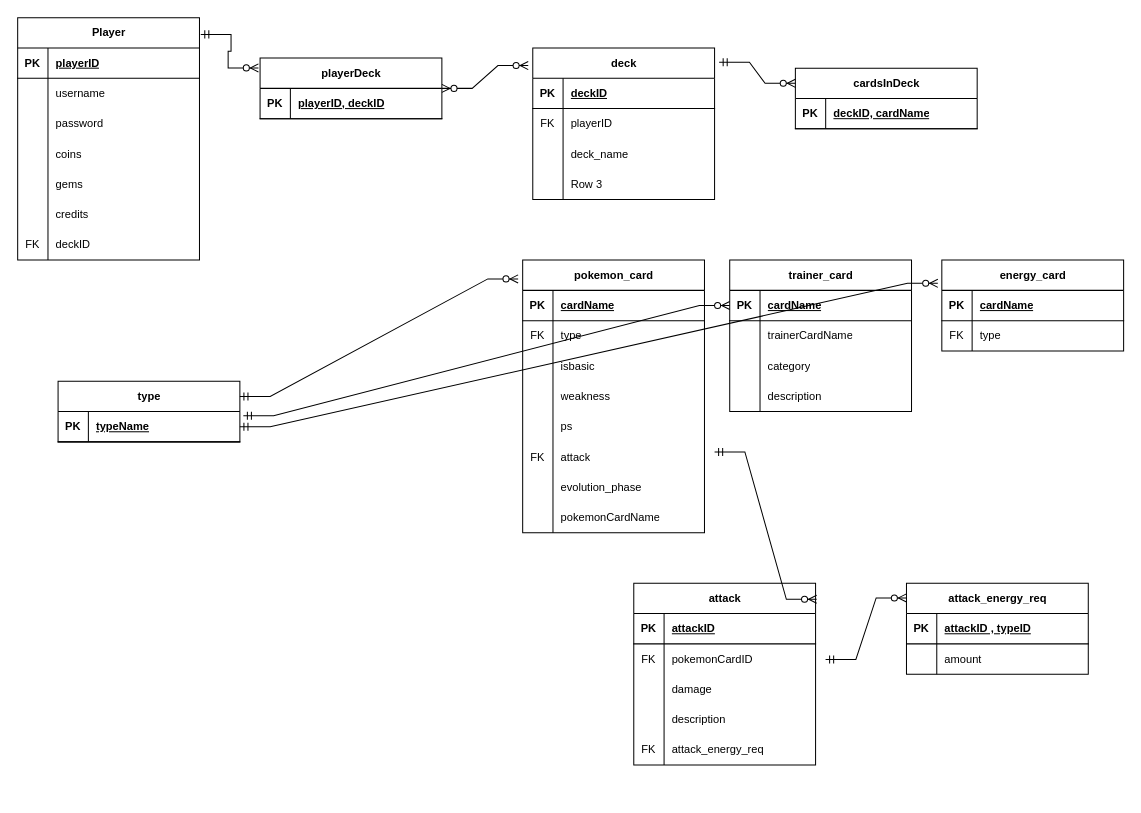
Earlier version of the draw.io diagram basedatos/Untitled Diagram.drawio (sofia-lpz/a01028251_TC2005B). Source tidied: cells renumbered, new cells numbered last; positions are measured from the earlier drawing's top-left corner, leaving out a move shared by most shapes. Both pictures are drawn from the tidied source at 101%, with x=0, y=0 at pixel (17, 17).
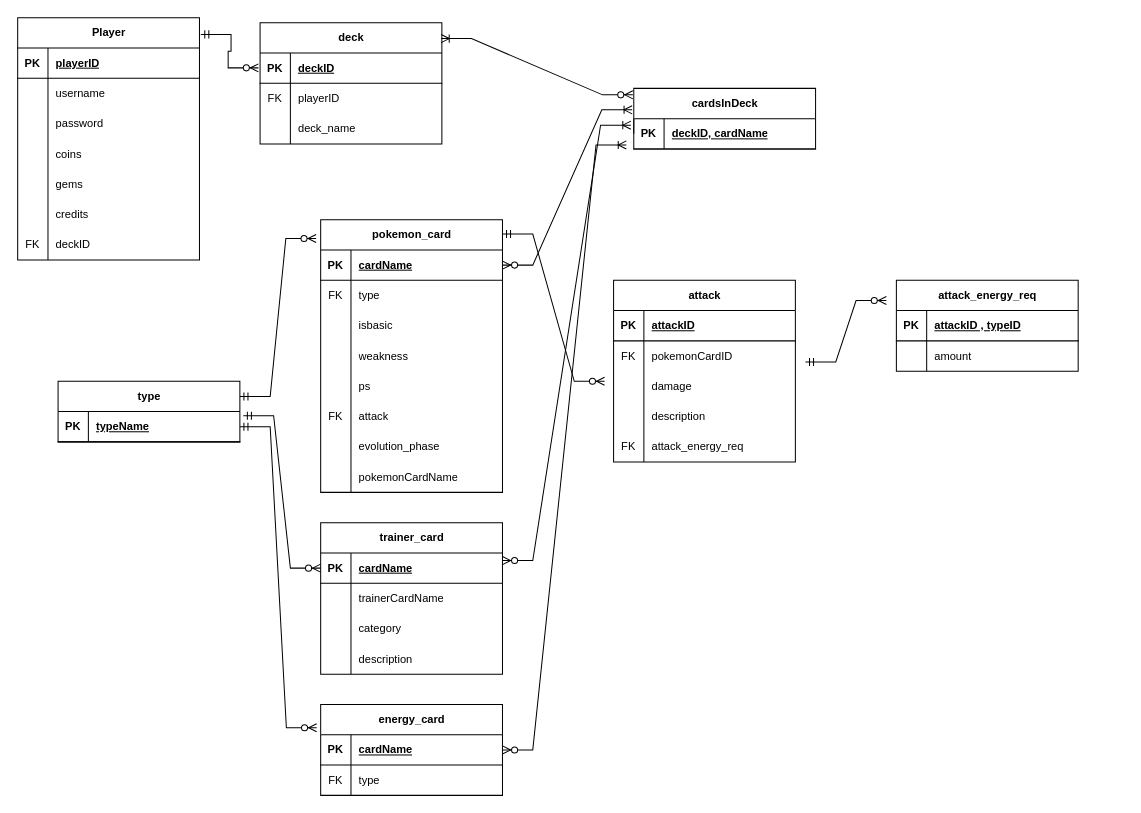
The same page after the edit.

The change refers to these unchanged cells:
```xml
<mxCell id="2" value="Player" style="shape=table;startSize=30;childLayout=tableLayout;rowLines=0;fontStyle=1;align=center;html=1;fontFamily=Helvetica;fontSize=11;fontColor=default;labelBackgroundColor=default;" parent="1" vertex="1">
  <mxGeometry width="180" height="240" as="geometry" />
</mxCell>
<mxCell id="65" style="shape=tableRow;horizontal=0;startSize=0;swimlaneHead=0;swimlaneBody=0;fillColor=none;points=[[0,0.5],[1,0.5]];portConstraint=eastwest;top=0;left=0;right=0;bottom=1;fontFamily=Helvetica;fontSize=11;fontColor=default;labelBackgroundColor=default;" parent="64" vertex="1">
  <mxGeometry y="30" width="180" height="30" as="geometry" />
</mxCell>
<mxCell id="73" style="shape=tableRow;horizontal=0;startSize=0;swimlaneHead=0;swimlaneBody=0;fillColor=none;points=[[0,0.5],[1,0.5]];portConstraint=eastwest;top=0;left=0;right=0;bottom=1;fontFamily=Helvetica;fontSize=11;fontColor=default;labelBackgroundColor=default;" parent="72" vertex="1">
  <mxGeometry y="30" width="180" height="30" as="geometry" />
</mxCell>
<mxCell id="111" style="shape=tableRow;horizontal=0;startSize=0;swimlaneHead=0;swimlaneBody=0;fillColor=none;points=[[0,0.5],[1,0.5]];portConstraint=eastwest;top=0;left=0;right=0;bottom=1;fontFamily=Helvetica;fontSize=11;fontColor=default;labelBackgroundColor=default;" parent="110" vertex="1">
  <mxGeometry y="30" width="180" height="30" as="geometry" />
</mxCell>
```

Change to the diagram source:
```diff
@@
+    <mxCell id="125" style="edgeStyle=none;rounded=0;jettySize=auto;html=1;exitX=0;exitY=0.5;exitDx=0;exitDy=0;entryX=0;entryY=0.5;entryDx=0;entryDy=0;strokeColor=default;align=center;verticalAlign=middle;fontFamily=Helvetica;fontSize=11;fontColor=default;labelBackgroundColor=default;endArrow=none;endFill=0;" parent="1" edge="1" source="65" target="64">
+      <mxGeometry relative="1" as="geometry" />
+    </mxCell>
@@
     <mxCell id="24" value="deck" style="shape=table;startSize=30;childLayout=tableLayout;rowLines=0;fontStyle=1;align=center;html=1;fontFamily=Helvetica;fontSize=11;fontColor=default;labelBackgroundColor=default;" parent="1" vertex="1">
-      <mxGeometry x="510" y="30" width="180" height="150" as="geometry" />
+      <mxGeometry x="240" y="5" width="180" height="120" as="geometry" />
     </mxCell>
@@
-    <mxCell id="34" style="shape=tableRow;horizontal=0;startSize=0;swimlaneHead=0;swimlaneBody=0;fillColor=none;top=0;left=0;right=0;bottom=0;fontFamily=Helvetica;fontSize=11;fontColor=default;labelBackgroundColor=default;" parent="24" vertex="1">
-      <mxGeometry y="120" width="180" height="30" as="geometry" />
-    </mxCell>
-    <mxCell id="35" style="shape=partialRectangle;fillColor=none;top=0;left=0;bottom=0;right=0;overflow=hidden;whiteSpace=wrap;html=1;fontFamily=Helvetica;fontSize=11;fontColor=default;labelBackgroundColor=default;" parent="34" vertex="1">
-      <mxGeometry width="30" height="30" as="geometry" />
-    </mxCell>
-    <mxCell id="36" value="Row 3" style="shape=partialRectangle;fillColor=none;top=0;left=0;bottom=0;right=0;align=left;spacingLeft=6;overflow=hidden;whiteSpace=wrap;html=1;fontFamily=Helvetica;fontSize=11;fontColor=default;labelBackgroundColor=default;" parent="34" vertex="1">
-      <mxGeometry x="30" width="150" height="30" as="geometry" />
-    </mxCell>
@@
     <mxCell id="41" value="attack" style="shape=table;startSize=30;childLayout=tableLayout;rowLines=0;fontStyle=1;align=center;html=1;fontFamily=Helvetica;fontSize=11;fontColor=default;labelBackgroundColor=default;" parent="1" vertex="1">
-      <mxGeometry x="610" y="560" width="180" height="180" as="geometry" />
+      <mxGeometry x="590" y="260" width="180" height="180" as="geometry" />
     </mxCell>
@@
     <mxCell id="57" value="attack_energy_req" style="shape=table;startSize=30;childLayout=tableLayout;rowLines=0;fontStyle=1;align=center;html=1;fontFamily=Helvetica;fontSize=11;fontColor=default;labelBackgroundColor=default;" parent="1" vertex="1">
-      <mxGeometry x="880" y="560" width="180" height="90" as="geometry" />
+      <mxGeometry x="870" y="260" width="180" height="90" as="geometry" />
     </mxCell>
@@
     <mxCell id="64" value="cardsInDeck" style="shape=table;startSize=30;childLayout=tableLayout;rowLines=0;fontStyle=1;align=center;html=1;fontFamily=Helvetica;fontSize=11;fontColor=default;labelBackgroundColor=default;" parent="1" vertex="1">
-      <mxGeometry x="770" y="50" width="180" height="60" as="geometry" />
+      <mxGeometry x="610" y="70" width="180" height="60" as="geometry" />
     </mxCell>
@@
-    <mxCell id="68" value="playerDeck" style="shape=table;startSize=30;childLayout=tableLayout;rowLines=0;fontStyle=1;align=center;html=1;fontFamily=Helvetica;fontSize=11;fontColor=default;labelBackgroundColor=default;" parent="1" vertex="1">
-      <mxGeometry x="240" y="40" width="180" height="60" as="geometry" />
-    </mxCell>
-    <mxCell id="69" style="shape=tableRow;horizontal=0;startSize=0;swimlaneHead=0;swimlaneBody=0;fillColor=none;top=0;left=0;right=0;bottom=1;fontFamily=Helvetica;fontSize=11;fontColor=default;labelBackgroundColor=default;" parent="68" vertex="1">
-      <mxGeometry y="30" width="180" height="30" as="geometry" />
-    </mxCell>
-    <mxCell id="70" value="PK" style="shape=partialRectangle;fillColor=none;top=0;left=0;bottom=0;right=0;fontStyle=1;overflow=hidden;whiteSpace=wrap;html=1;fontFamily=Helvetica;fontSize=11;fontColor=default;labelBackgroundColor=default;" parent="69" vertex="1">
-      <mxGeometry width="30" height="30" as="geometry" />
-    </mxCell>
-    <mxCell id="71" value="playerID, deckID" style="shape=partialRectangle;fillColor=none;top=0;left=0;bottom=0;right=0;align=left;spacingLeft=6;fontStyle=5;overflow=hidden;whiteSpace=wrap;html=1;fontFamily=Helvetica;fontSize=11;fontColor=default;labelBackgroundColor=default;" parent="69" vertex="1">
-      <mxGeometry x="30" width="150" height="30" as="geometry" />
-    </mxCell>
     <mxCell id="72" value="pokemon_card" style="shape=table;startSize=30;childLayout=tableLayout;rowLines=0;fontStyle=1;align=center;html=1;fontFamily=Helvetica;fontSize=11;fontColor=default;labelBackgroundColor=default;" parent="1" vertex="1">
-      <mxGeometry x="500" y="240" width="180" height="270" as="geometry" />
+      <mxGeometry x="300" y="200" width="180" height="270" as="geometry" />
     </mxCell>
@@
     <mxCell id="97" value="trainer_card" style="shape=table;startSize=30;childLayout=tableLayout;rowLines=0;fontStyle=1;align=center;html=1;fontFamily=Helvetica;fontSize=11;fontColor=default;labelBackgroundColor=default;" parent="1" vertex="1">
-      <mxGeometry x="705" y="240" width="180" height="150" as="geometry" />
+      <mxGeometry x="300" y="500" width="180" height="150" as="geometry" />
     </mxCell>
@@
     <mxCell id="110" value="energy_card" style="shape=table;startSize=30;childLayout=tableLayout;rowLines=0;fontStyle=1;align=center;html=1;fontFamily=Helvetica;fontSize=11;fontColor=default;labelBackgroundColor=default;" parent="1" vertex="1">
-      <mxGeometry x="915" y="240" width="180" height="90" as="geometry" />
+      <mxGeometry x="300" y="680" width="180" height="90" as="geometry" />
     </mxCell>
@@
-    <mxCell id="117" style="edgeStyle=entityRelationEdgeStyle;fontSize=12;html=1;endArrow=ERzeroToMany;startArrow=ERmandOne;rounded=0;strokeColor=default;align=center;verticalAlign=middle;fontFamily=Helvetica;fontColor=default;labelBackgroundColor=default;exitX=1.007;exitY=0.069;exitDx=0;exitDy=0;exitPerimeter=0;entryX=-0.009;entryY=0.162;entryDx=0;entryDy=0;entryPerimeter=0;" parent="1" edge="1" source="2" target="68">
-      <mxGeometry relative="1" as="geometry" />
+    <mxCell id="117" style="edgeStyle=entityRelationEdgeStyle;fontSize=12;html=1;endArrow=ERzeroToMany;startArrow=ERmandOne;rounded=0;strokeColor=default;align=center;verticalAlign=middle;fontFamily=Helvetica;fontColor=default;labelBackgroundColor=default;exitX=1.007;exitY=0.069;exitDx=0;exitDy=0;exitPerimeter=0;entryX=-0.009;entryY=0.162;entryDx=0;entryDy=0;entryPerimeter=0;" parent="1" edge="1" source="2">
+      <mxGeometry relative="1" as="geometry">
+        <mxPoint x="238.4" y="49.7" as="targetPoint" />
+      </mxGeometry>
     </mxCell>
@@
-    <mxCell id="121" style="edgeStyle=entityRelationEdgeStyle;fontSize=12;html=1;endArrow=ERzeroToMany;startArrow=ERmandOne;rounded=0;strokeColor=default;align=center;verticalAlign=middle;fontFamily=Helvetica;fontColor=default;labelBackgroundColor=default;entryX=0;entryY=0.25;entryDx=0;entryDy=0;exitX=1.025;exitY=0.094;exitDx=0;exitDy=0;exitPerimeter=0;" parent="1" edge="1" source="24" target="64">
-      <mxGeometry relative="1" as="geometry" />
-    </mxCell>
-    <mxCell id="122" style="edgeStyle=entityRelationEdgeStyle;fontSize=12;html=1;endArrow=ERzeroToMany;endFill=1;startArrow=ERzeroToMany;rounded=0;strokeColor=default;align=center;verticalAlign=middle;fontFamily=Helvetica;fontColor=default;labelBackgroundColor=default;entryX=-0.025;entryY=0.116;entryDx=0;entryDy=0;entryPerimeter=0;" parent="1" edge="1" target="24">
-      <mxGeometry relative="1" as="geometry">
-        <mxPoint x="420" y="70" as="sourcePoint" />
-      </mxGeometry>
-    </mxCell>
-    <mxCell id="123" style="edgeStyle=entityRelationEdgeStyle;fontSize=12;html=1;endArrow=ERzeroToMany;startArrow=ERmandOne;rounded=0;strokeColor=default;align=center;verticalAlign=middle;fontFamily=Helvetica;fontColor=default;labelBackgroundColor=default;entryX=1.006;entryY=0.088;entryDx=0;entryDy=0;entryPerimeter=0;" parent="1" edge="1" target="41">
+    <mxCell id="123" style="edgeStyle=entityRelationEdgeStyle;fontSize=12;html=1;endArrow=ERzeroToMany;startArrow=ERmandOne;rounded=0;strokeColor=default;align=center;verticalAlign=middle;fontFamily=Helvetica;fontColor=default;labelBackgroundColor=default;entryX=1.006;entryY=0.088;entryDx=0;entryDy=0;entryPerimeter=0;" parent="1" edge="1">
       <mxGeometry relative="1" as="geometry">
-        <mxPoint x="690" y="430" as="sourcePoint" />
+        <mxPoint x="480" y="214.2" as="sourcePoint" />
+        <mxPoint x="581.1" y="360" as="targetPoint" />
         <Array as="points">
-          <mxPoint x="470" y="560" />
-          <mxPoint x="480" y="550" />
-          <mxPoint x="480" y="540" />
-          <mxPoint x="480" y="560" />
+          <mxPoint x="260" y="344.2" />
+          <mxPoint x="270" y="334.2" />
+          <mxPoint x="270" y="324.2" />
+          <mxPoint x="270" y="344.2" />
         </Array>
       </mxGeometry>
     </mxCell>
     <mxCell id="124" style="edgeStyle=entityRelationEdgeStyle;fontSize=12;html=1;endArrow=ERzeroToMany;startArrow=ERmandOne;rounded=0;strokeColor=default;align=center;verticalAlign=middle;fontFamily=Helvetica;fontColor=default;labelBackgroundColor=default;exitX=1.037;exitY=0.583;exitDx=0;exitDy=0;exitPerimeter=0;entryX=-0.018;entryY=0.184;entryDx=0;entryDy=0;entryPerimeter=0;" parent="1" edge="1">
       <mxGeometry relative="1" as="geometry">
-        <mxPoint x="799.9" y="635.5" as="sourcePoint" />
-        <mxPoint x="880" y="574.5" as="targetPoint" />
+        <mxPoint x="780" y="340.9" as="sourcePoint" />
+        <mxPoint x="860.1" y="280" as="targetPoint" />
       </mxGeometry>
     </mxCell>
+    <mxCell id="126" style="edgeStyle=entityRelationEdgeStyle;fontSize=12;html=1;endArrow=ERoneToMany;startArrow=ERzeroToMany;rounded=0;strokeColor=default;align=center;verticalAlign=middle;fontFamily=Helvetica;fontColor=default;labelBackgroundColor=default;entryX=0.996;entryY=0.131;entryDx=0;entryDy=0;entryPerimeter=0;exitX=-0.005;exitY=0.107;exitDx=0;exitDy=0;exitPerimeter=0;" parent="1" edge="1" source="64" target="24">
+      <mxGeometry relative="1" as="geometry">
+        <Array as="points">
+          <mxPoint x="470" y="180" />
+        </Array>
+      </mxGeometry>
+    </mxCell>
+    <mxCell id="127" style="edgeStyle=entityRelationEdgeStyle;fontSize=12;html=1;endArrow=ERoneToMany;startArrow=ERzeroToMany;rounded=0;strokeColor=default;align=center;verticalAlign=middle;fontFamily=Helvetica;fontColor=default;labelBackgroundColor=default;exitX=1;exitY=0.5;exitDx=0;exitDy=0;entryX=-0.009;entryY=0.354;entryDx=0;entryDy=0;entryPerimeter=0;" parent="1" edge="1" source="73" target="64">
+      <mxGeometry relative="1" as="geometry" />
+    </mxCell>
+    <mxCell id="128" style="edgeStyle=entityRelationEdgeStyle;fontSize=12;html=1;endArrow=ERoneToMany;startArrow=ERzeroToMany;rounded=0;strokeColor=default;align=center;verticalAlign=middle;fontFamily=Helvetica;fontColor=default;labelBackgroundColor=default;exitX=1;exitY=0.25;exitDx=0;exitDy=0;entryX=-0.016;entryY=0.214;entryDx=0;entryDy=0;entryPerimeter=0;" parent="1" edge="1" source="97" target="65">
+      <mxGeometry relative="1" as="geometry" />
+    </mxCell>
+    <mxCell id="129" style="edgeStyle=entityRelationEdgeStyle;fontSize=12;html=1;endArrow=ERoneToMany;startArrow=ERzeroToMany;rounded=0;strokeColor=default;align=center;verticalAlign=middle;fontFamily=Helvetica;fontColor=default;labelBackgroundColor=default;exitX=1;exitY=0.5;exitDx=0;exitDy=0;entryX=-0.041;entryY=0.867;entryDx=0;entryDy=0;entryPerimeter=0;" parent="1" edge="1" source="111" target="65">
+      <mxGeometry relative="1" as="geometry" />
+    </mxCell>
```
